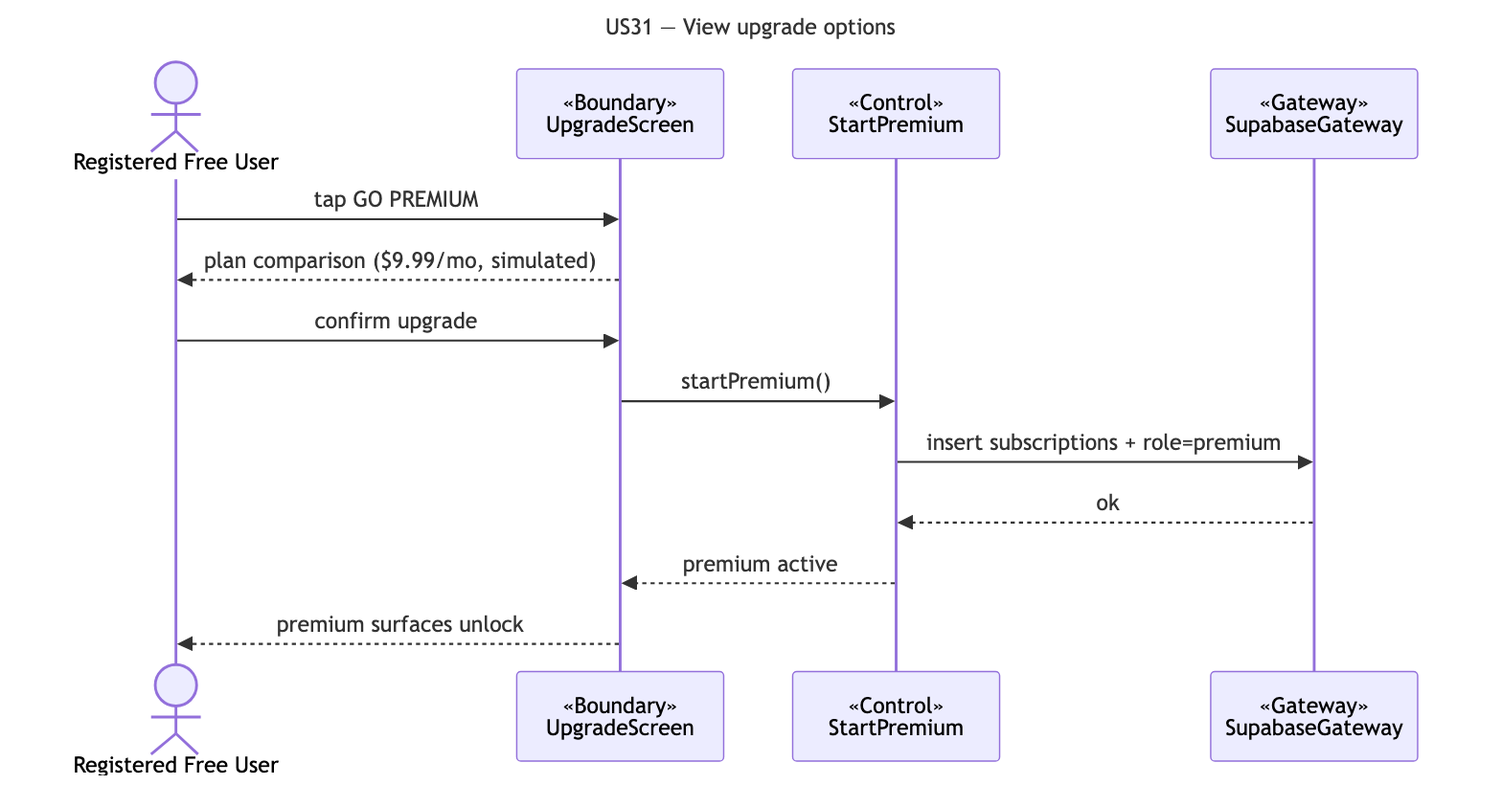
Above: docs/deliverables/sequence-diagrams/US31-upgrade-options.png in cyuanjun/FYP-26-S2-37-app (Mermaid), before the change. Its source is kept beside it as docs/deliverables/sequence-diagrams/src/US31-upgrade-options.mmd. Source of this version:
```mermaid
---
title: "US31 — View upgrade options"
---
sequenceDiagram
  actor A as Registered Free User
  participant B as «Boundary»<br/>UpgradeScreen
  participant C as «Control»<br/>StartPremium
  participant G as «Gateway»<br/>SupabaseGateway
  A->>B: tap GO PREMIUM
  B-->>A: plan comparison ($9.99/mo, simulated)
  A->>B: confirm upgrade
  B->>C: startPremium()
  C->>G: insert subscriptions + role=premium
  G-->>C: ok
  C-->>B: premium active
  B-->>A: premium surfaces unlock
```
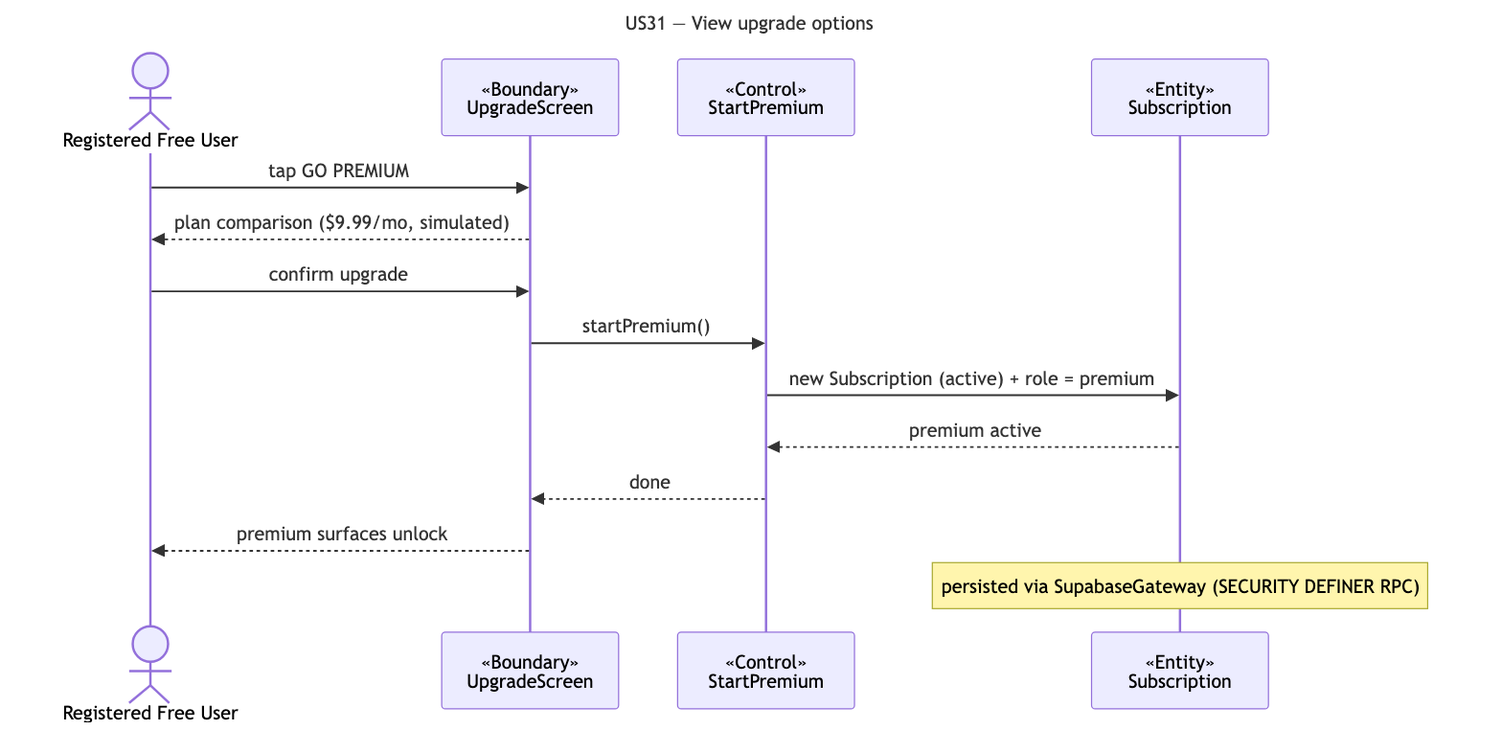
Later version of the same file.

The edit, as a diff of the source:
```diff
@@ -5,12 +5,13 @@
   actor A as Registered Free User
   participant B as «Boundary»<br/>UpgradeScreen
   participant C as «Control»<br/>StartPremium
-  participant G as «Gateway»<br/>SupabaseGateway
+  participant E as «Entity»<br/>Subscription
   A->>B: tap GO PREMIUM
   B-->>A: plan comparison ($9.99/mo, simulated)
   A->>B: confirm upgrade
   B->>C: startPremium()
-  C->>G: insert subscriptions + role=premium
-  G-->>C: ok
-  C-->>B: premium active
+  C->>E: new Subscription (active) + role = premium
+  E-->>C: premium active
+  C-->>B: done
   B-->>A: premium surfaces unlock
+  note over E: persisted via SupabaseGateway (SECURITY DEFINER RPC)
```
